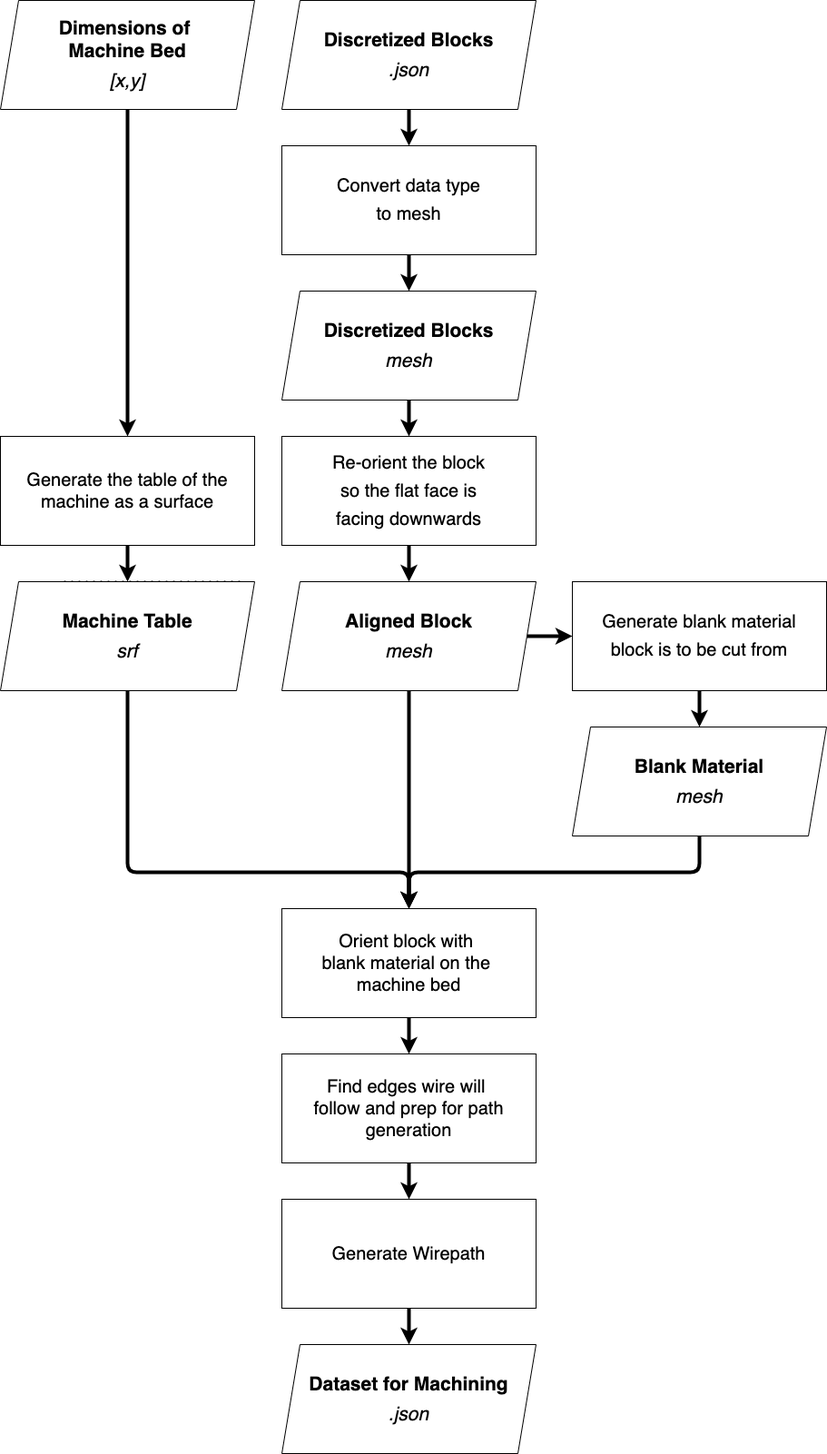
The draw.io diagram 4_Fabrication/Tutorial9/img/wirecutting_flowchart.png in BRG-teaching/CSD2_2022, before a commit. Source tidied: cells renumbered, new cells last; positions are measured from the earlier drawing's top-left corner, leaving out a move shared by most shapes.
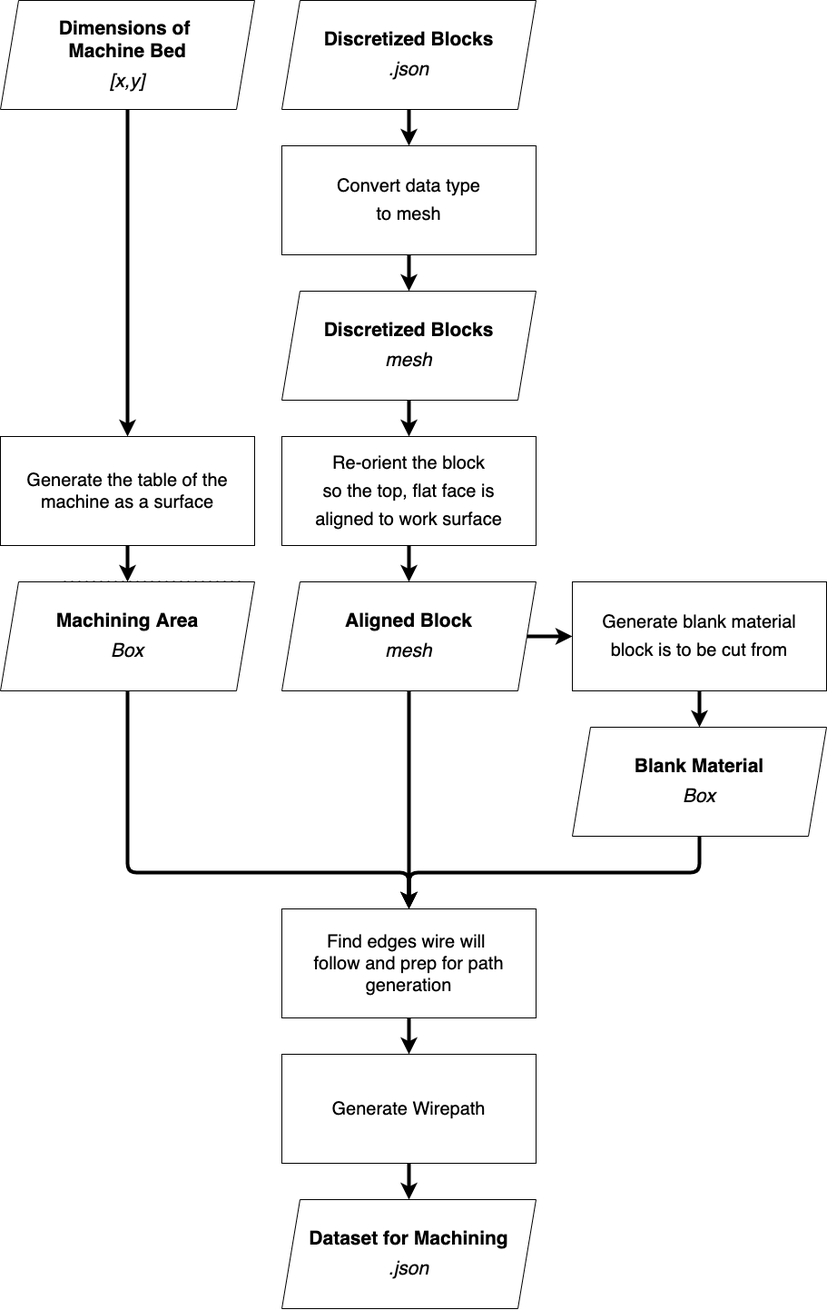
After the change.

The edit, as a diff of the source:
```diff
@@ -29,14 +29,16 @@
     <mxCell id="9" style="edgeStyle=none;html=1;fontSize=20;strokeWidth=4;" parent="1" edge="1" source="10" target="13">
       <mxGeometry relative="1" as="geometry" />
     </mxCell>
-    <mxCell id="10" value="&lt;span style=&quot;font-size: 20px&quot;&gt;Re-orient the block&lt;/span&gt;&lt;br style=&quot;font-size: 20px&quot;&gt;&lt;span style=&quot;font-size: 20px&quot;&gt;so the flat face is&lt;/span&gt;&lt;br style=&quot;font-size: 20px&quot;&gt;&lt;span style=&quot;font-size: 20px&quot;&gt;facing downwards&lt;/span&gt;" style="rounded=0;whiteSpace=wrap;html=1;" parent="1" vertex="1">
+    <mxCell id="10" value="&lt;span style=&quot;font-size: 20px&quot;&gt;Re-orient the block&lt;/span&gt;&lt;br style=&quot;font-size: 20px&quot;&gt;&lt;span style=&quot;font-size: 20px&quot;&gt;so the top, flat face is&lt;/span&gt;&lt;br style=&quot;font-size: 20px&quot;&gt;&lt;span style=&quot;font-size: 20px&quot;&gt;aligned to work surface&lt;/span&gt;" style="rounded=0;whiteSpace=wrap;html=1;" parent="1" vertex="1">
       <mxGeometry x="310" y="480" width="280" height="120" as="geometry" />
     </mxCell>
     <mxCell id="11" style="edgeStyle=none;html=1;fontSize=20;strokeWidth=4;" parent="1" edge="1" source="13" target="15">
       <mxGeometry relative="1" as="geometry" />
     </mxCell>
-    <mxCell id="12" style="edgeStyle=orthogonalEdgeStyle;html=1;entryX=0.5;entryY=0;entryDx=0;entryDy=0;fontSize=20;strokeWidth=4;" parent="1" edge="1" source="13" target="25">
-      <mxGeometry relative="1" as="geometry" />
+    <mxCell id="12" style="edgeStyle=orthogonalEdgeStyle;html=1;entryX=0.5;entryY=0;entryDx=0;entryDy=0;fontSize=20;strokeWidth=4;" parent="1" edge="1" source="13">
+      <mxGeometry relative="1" as="geometry">
+        <mxPoint x="450" y="1000" as="targetPoint" />
+      </mxGeometry>
     </mxCell>
     <mxCell id="13" value="&lt;b style=&quot;font-size: 21px&quot;&gt;Aligned Block&lt;/b&gt;&lt;br style=&quot;font-size: 21px&quot;&gt;&lt;i style=&quot;font-size: 21px&quot;&gt;mesh&lt;/i&gt;" style="shape=parallelogram;perimeter=parallelogramPerimeter;whiteSpace=wrap;html=1;fixedSize=1;fontSize=12;rounded=0;" parent="1" vertex="1">
       <mxGeometry x="310" y="640" width="280" height="120" as="geometry" />
@@ -47,15 +49,16 @@
     <mxCell id="15" value="&lt;span style=&quot;font-size: 20px&quot;&gt;Generate blank material&lt;/span&gt;&lt;br style=&quot;font-size: 20px&quot;&gt;&lt;span style=&quot;font-size: 20px&quot;&gt;block is to be cut from&lt;/span&gt;" style="rounded=0;whiteSpace=wrap;html=1;" parent="1" vertex="1">
       <mxGeometry x="630" y="640" width="280" height="120" as="geometry" />
     </mxCell>
-    <mxCell id="16" style="edgeStyle=orthogonalEdgeStyle;html=1;entryX=0.5;entryY=0;entryDx=0;entryDy=0;fontSize=20;strokeWidth=4;" parent="1" edge="1" source="17" target="25">
+    <mxCell id="16" style="edgeStyle=orthogonalEdgeStyle;html=1;entryX=0.5;entryY=0;entryDx=0;entryDy=0;fontSize=20;strokeWidth=4;" parent="1" edge="1" source="17">
       <mxGeometry relative="1" as="geometry">
+        <mxPoint x="450" y="1000" as="targetPoint" />
         <Array as="points">
           <mxPoint x="770" y="960" />
           <mxPoint x="450" y="960" />
         </Array>
       </mxGeometry>
     </mxCell>
-    <mxCell id="17" value="&lt;b style=&quot;font-size: 21px&quot;&gt;Blank Material&lt;/b&gt;&lt;br style=&quot;font-size: 21px&quot;&gt;&lt;i style=&quot;font-size: 21px&quot;&gt;mesh&lt;/i&gt;" style="shape=parallelogram;perimeter=parallelogramPerimeter;whiteSpace=wrap;html=1;fixedSize=1;fontSize=12;rounded=0;" parent="1" vertex="1">
+    <mxCell id="17" value="&lt;b style=&quot;font-size: 21px&quot;&gt;Blank Material&lt;/b&gt;&lt;br style=&quot;font-size: 21px&quot;&gt;&lt;i style=&quot;font-size: 21px&quot;&gt;Box&lt;/i&gt;" style="shape=parallelogram;perimeter=parallelogramPerimeter;whiteSpace=wrap;html=1;fixedSize=1;fontSize=12;rounded=0;" parent="1" vertex="1">
       <mxGeometry x="630" y="800" width="280" height="120" as="geometry" />
     </mxCell>
     <mxCell id="18" style="edgeStyle=none;html=1;fontSize=20;strokeWidth=4;" parent="1" edge="1" source="19" target="21">
@@ -70,37 +73,32 @@
     <mxCell id="21" value="&lt;span style=&quot;font-size: 20px&quot;&gt;Generate the table of the machine as a surface&lt;/span&gt;" style="rounded=0;whiteSpace=wrap;html=1;" parent="1" vertex="1">
       <mxGeometry y="480" width="280" height="120" as="geometry" />
     </mxCell>
-    <mxCell id="22" style="edgeStyle=orthogonalEdgeStyle;html=1;entryX=0.5;entryY=0;entryDx=0;entryDy=0;fontSize=20;strokeWidth=4;" parent="1" edge="1" source="23" target="25">
+    <mxCell id="22" style="edgeStyle=orthogonalEdgeStyle;html=1;entryX=0.5;entryY=0;entryDx=0;entryDy=0;fontSize=20;strokeWidth=4;" parent="1" edge="1" source="23">
       <mxGeometry relative="1" as="geometry">
+        <mxPoint x="450" y="1000" as="targetPoint" />
         <Array as="points">
           <mxPoint x="140" y="960" />
           <mxPoint x="450" y="960" />
         </Array>
       </mxGeometry>
     </mxCell>
-    <mxCell id="23" value="&lt;b style=&quot;font-size: 21px&quot;&gt;Machine Table&lt;/b&gt;&lt;br style=&quot;font-size: 21px&quot;&gt;&lt;i style=&quot;font-size: 21px&quot;&gt;srf&lt;/i&gt;" style="shape=parallelogram;perimeter=parallelogramPerimeter;whiteSpace=wrap;html=1;fixedSize=1;fontSize=12;rounded=0;" parent="1" vertex="1">
+    <mxCell id="23" value="&lt;b style=&quot;font-size: 21px&quot;&gt;Machining Area&lt;/b&gt;&lt;br style=&quot;font-size: 21px&quot;&gt;&lt;i style=&quot;font-size: 21px&quot;&gt;Box&lt;/i&gt;" style="shape=parallelogram;perimeter=parallelogramPerimeter;whiteSpace=wrap;html=1;fixedSize=1;fontSize=12;rounded=0;" parent="1" vertex="1">
       <mxGeometry y="640" width="280" height="120" as="geometry" />
     </mxCell>
-    <mxCell id="24" style="edgeStyle=orthogonalEdgeStyle;html=1;fontSize=20;strokeWidth=4;" parent="1" edge="1" source="25" target="27">
-      <mxGeometry relative="1" as="geometry" />
-    </mxCell>
-    <mxCell id="25" value="&lt;span style=&quot;font-size: 20px&quot;&gt;Orient block with &lt;br&gt;blank material on the &lt;br&gt;machine bed&lt;/span&gt;" style="rounded=0;whiteSpace=wrap;html=1;" parent="1" vertex="1">
-      <mxGeometry x="310" y="1000" width="280" height="120" as="geometry" />
-    </mxCell>
     <mxCell id="26" style="edgeStyle=orthogonalEdgeStyle;html=1;fontSize=20;strokeWidth=4;" parent="1" edge="1" source="27" target="29">
       <mxGeometry relative="1" as="geometry" />
     </mxCell>
     <mxCell id="27" value="&lt;span style=&quot;font-size: 20px&quot;&gt;Find edges wire will &lt;br&gt;follow and prep for path generation&lt;/span&gt;" style="rounded=0;whiteSpace=wrap;html=1;" parent="1" vertex="1">
-      <mxGeometry x="310" y="1160" width="280" height="120" as="geometry" />
+      <mxGeometry x="310" y="1000" width="280" height="120" as="geometry" />
     </mxCell>
     <mxCell id="28" style="edgeStyle=orthogonalEdgeStyle;html=1;fontSize=20;strokeWidth=4;" parent="1" edge="1" source="29" target="30">
       <mxGeometry relative="1" as="geometry" />
     </mxCell>
     <mxCell id="29" value="&lt;span style=&quot;font-size: 20px&quot;&gt;Generate Wirepath&lt;/span&gt;" style="rounded=0;whiteSpace=wrap;html=1;" parent="1" vertex="1">
-      <mxGeometry x="310" y="1320" width="280" height="120" as="geometry" />
+      <mxGeometry x="310" y="1160" width="280" height="120" as="geometry" />
     </mxCell>
     <mxCell id="30" value="&lt;span style=&quot;font-size: 21px&quot;&gt;&lt;b&gt;Dataset for Machining&lt;/b&gt;&lt;/span&gt;&lt;br style=&quot;font-size: 21px&quot;&gt;&lt;i style=&quot;font-size: 21px&quot;&gt;.json&lt;/i&gt;" style="shape=parallelogram;perimeter=parallelogramPerimeter;whiteSpace=wrap;html=1;fixedSize=1;fontSize=12;rounded=0;" parent="1" vertex="1">
-      <mxGeometry x="310" y="1480" width="280" height="120" as="geometry" />
+      <mxGeometry x="310" y="1320" width="280" height="120" as="geometry" />
     </mxCell>
   </root>
 </mxGraphModel>
```
